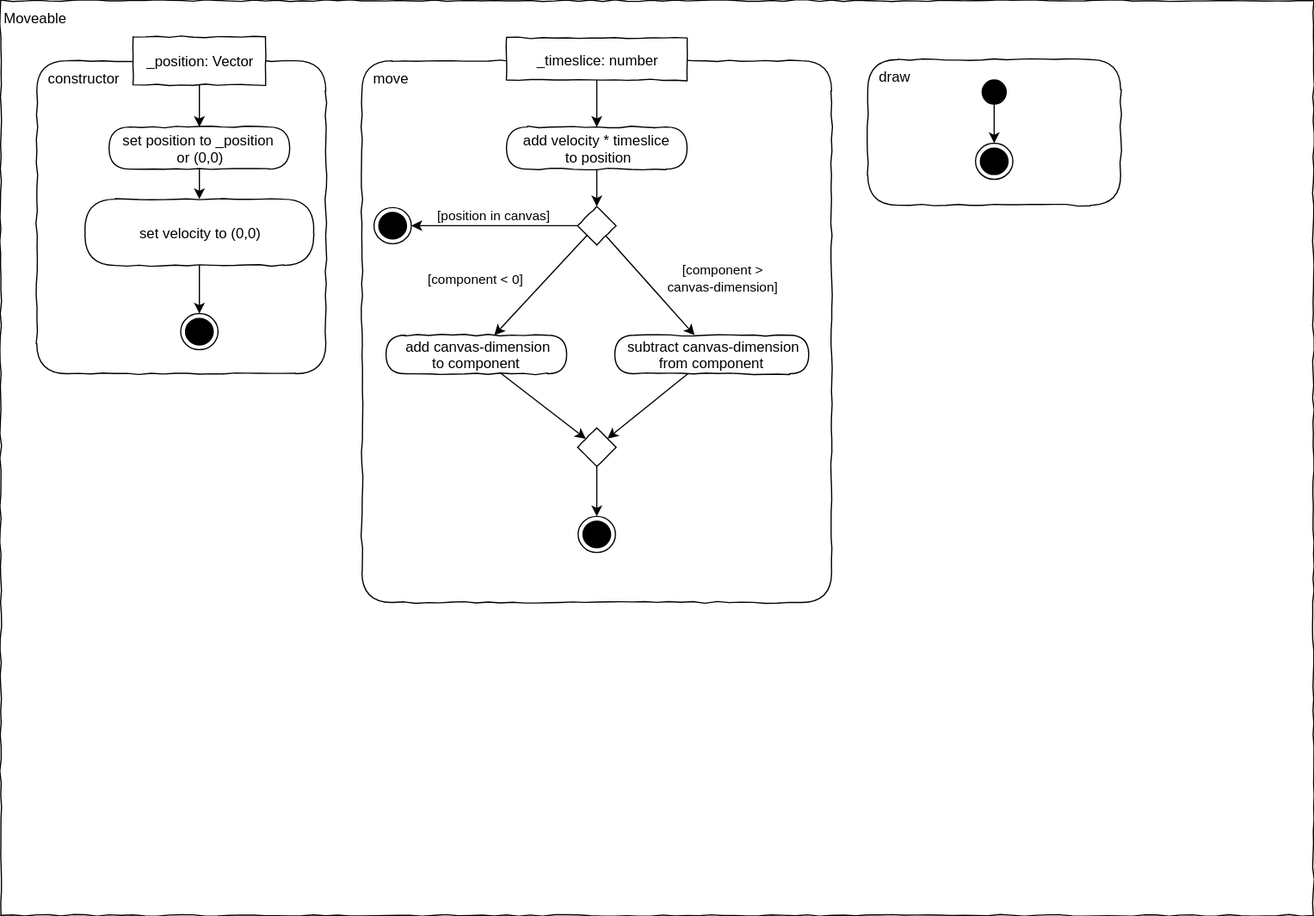
Before: X01_Appendix/Code/L12_Addition/eiaSteroids/Documentation/Diagrams/Asteroids_ActivityDiagram-Moveable.svg, a diagram exported from draw.io (JirkaDellOro/EIA2-Inverted). Source tidied: cells renumbered, new cells last; positions are measured from the earlier drawing's top-left corner, leaving out a move shared by most shapes. Source of this version:
```xml
<mxGraphModel>
  <root>
    <mxCell id="0" />
    <mxCell id="1" parent="0" />
    <mxCell id="2" value="&lt;div style=&quot;text-align: left&quot;&gt;&lt;span&gt;Moveable&lt;/span&gt;&lt;/div&gt;" style="rounded=0;whiteSpace=wrap;html=1;shadow=0;glass=0;comic=1;strokeColor=#000000;labelPosition=center;verticalLabelPosition=middle;align=left;verticalAlign=top;absoluteArcSize=1;arcSize=50;" parent="1" vertex="1">
      <mxGeometry width="1090" height="760" as="geometry" />
    </mxCell>
    <mxCell id="3" style="edgeStyle=none;rounded=0;orthogonalLoop=1;jettySize=auto;html=1;" parent="1" edge="1">
      <mxGeometry relative="1" as="geometry">
        <mxPoint x="950" y="450" as="sourcePoint" />
      </mxGeometry>
    </mxCell>
    <mxCell id="4" style="edgeStyle=none;rounded=0;orthogonalLoop=1;jettySize=auto;html=1;" parent="1" edge="1">
      <mxGeometry relative="1" as="geometry">
        <mxPoint x="950" y="530" as="sourcePoint" />
      </mxGeometry>
    </mxCell>
    <mxCell id="5" value="&lt;div style=&quot;text-align: left&quot;&gt;&amp;nbsp; constructor&lt;/div&gt;" style="rounded=1;whiteSpace=wrap;html=1;shadow=0;glass=0;comic=1;strokeColor=#000000;labelPosition=center;verticalLabelPosition=middle;align=left;verticalAlign=top;absoluteArcSize=1;arcSize=50;" parent="1" vertex="1">
      <mxGeometry x="30" y="50" width="240" height="260" as="geometry" />
    </mxCell>
    <mxCell id="6" style="edgeStyle=orthogonalEdgeStyle;rounded=0;jettySize=auto;html=1;" parent="1" edge="1" source="7" target="8">
      <mxGeometry relative="1" as="geometry" />
    </mxCell>
    <mxCell id="7" value="set position to _position&amp;nbsp;&lt;br&gt;or (0,0)" style="rounded=1;whiteSpace=wrap;html=1;absoluteArcSize=1;arcSize=50;strokeWidth=1;shadow=0;comic=1;" parent="1" vertex="1">
      <mxGeometry x="90" y="105" width="150" height="35" as="geometry" />
    </mxCell>
    <mxCell id="8" value="set velocity to (0,0)" style="rounded=1;whiteSpace=wrap;html=1;absoluteArcSize=1;arcSize=50;strokeWidth=1;shadow=0;comic=1;" parent="1" vertex="1">
      <mxGeometry x="70" y="165" width="190" height="55" as="geometry" />
    </mxCell>
    <mxCell id="9" style="edgeStyle=orthogonalEdgeStyle;rounded=0;jettySize=auto;html=1;" parent="1" edge="1" source="10" target="7">
      <mxGeometry relative="1" as="geometry" />
    </mxCell>
    <mxCell id="10" value="&lt;div style=&quot;text-align: left&quot;&gt;&lt;span&gt;_position: Vector&lt;/span&gt;&lt;br&gt;&lt;/div&gt;" style="rounded=0;whiteSpace=wrap;html=1;comic=1;" parent="1" vertex="1">
      <mxGeometry x="110" y="30" width="110" height="40" as="geometry" />
    </mxCell>
    <mxCell id="11" style="ellipse;html=1;shape=endState;fillColor=#000000;strokeColor=#000000;comic=1;" parent="1" vertex="1">
      <mxGeometry x="149.5" y="260" width="31" height="30" as="geometry" />
    </mxCell>
    <mxCell id="12" style="edgeStyle=orthogonalEdgeStyle;rounded=0;jettySize=auto;html=1;" parent="1" edge="1" source="8" target="11">
      <mxGeometry relative="1" as="geometry" />
    </mxCell>
    <mxCell id="13" value="&lt;div style=&quot;text-align: left&quot;&gt;&amp;nbsp; move&lt;/div&gt;" style="rounded=1;whiteSpace=wrap;html=1;shadow=0;glass=0;comic=1;strokeColor=#000000;labelPosition=center;verticalLabelPosition=middle;align=left;verticalAlign=top;absoluteArcSize=1;arcSize=50;" parent="1" vertex="1">
      <mxGeometry x="300" y="50" width="390" height="450" as="geometry" />
    </mxCell>
    <mxCell id="14" style="edgeStyle=orthogonalEdgeStyle;rounded=0;jettySize=auto;html=1;" parent="1" edge="1" source="15" target="16">
      <mxGeometry relative="1" as="geometry" />
    </mxCell>
    <mxCell id="15" value="_timeslice: number" style="rounded=0;whiteSpace=wrap;html=1;comic=1;shadow=0;fontFamily=Helvetica;fontSize=12;fontColor=#000000;align=center;strokeColor=#000000;strokeWidth=1;fillColor=#ffffff;" parent="1" vertex="1">
      <mxGeometry x="420" y="31" width="150" height="35" as="geometry" />
    </mxCell>
    <mxCell id="16" value="add velocity * timeslice&lt;br&gt;&amp;nbsp;to position" style="rounded=1;whiteSpace=wrap;html=1;absoluteArcSize=1;arcSize=50;strokeWidth=1;shadow=0;comic=1;" parent="1" vertex="1">
      <mxGeometry x="420" y="105" width="150" height="35" as="geometry" />
    </mxCell>
    <mxCell id="17" value="&lt;div style=&quot;text-align: left&quot;&gt;&amp;nbsp; draw&lt;/div&gt;" style="rounded=1;whiteSpace=wrap;html=1;shadow=0;glass=0;comic=1;strokeColor=#000000;labelPosition=center;verticalLabelPosition=middle;align=left;verticalAlign=top;absoluteArcSize=1;arcSize=50;" parent="1" vertex="1">
      <mxGeometry x="720" y="49" width="210" height="121" as="geometry" />
    </mxCell>
    <mxCell id="18" style="ellipse;html=1;shape=endState;fillColor=#000000;strokeColor=#000000;comic=1;" parent="1" vertex="1">
      <mxGeometry x="809.5" y="118.5" width="31" height="30" as="geometry" />
    </mxCell>
    <mxCell id="19" style="edgeStyle=orthogonalEdgeStyle;rounded=0;jettySize=auto;html=1;" parent="1" edge="1" source="20" target="18">
      <mxGeometry relative="1" as="geometry" />
    </mxCell>
    <mxCell id="20" style="ellipse;whiteSpace=wrap;html=1;rounded=0;shadow=0;comic=0;labelBackgroundColor=none;strokeColor=#000000;strokeWidth=1;fillColor=#000000;fontFamily=Verdana;fontSize=12;fontColor=#000000;align=center;comic=1;" parent="1" vertex="1">
      <mxGeometry x="815" y="66" width="20" height="20" as="geometry" />
    </mxCell>
    <mxCell id="21" style="rounded=0;jettySize=auto;html=1;" parent="1" edge="1" source="28" target="34">
      <mxGeometry relative="1" as="geometry" />
    </mxCell>
    <mxCell id="22" style="edgeStyle=none;rounded=0;jettySize=auto;html=1;" parent="1" edge="1" source="24" target="29">
      <mxGeometry relative="1" as="geometry" />
    </mxCell>
    <mxCell id="23" value="&lt;font style=&quot;font-size: 11px&quot;&gt;[component &amp;gt;&lt;br&gt;canvas-dimension]&lt;/font&gt;" style="text;html=1;align=center;verticalAlign=middle;labelBackgroundColor=#ffffff;rotation=0;" parent="22" vertex="1">
      <mxGeometry x="-0.29" y="-1" relative="1" as="geometry">
        <mxPoint x="72" y="4.5" as="offset" />
      </mxGeometry>
    </mxCell>
    <mxCell id="24" style="rhombus;whiteSpace=wrap;html=1;rounded=0;shadow=0;glass=0;comic=1;strokeColor=#000000;align=left;" parent="1" vertex="1">
      <mxGeometry x="479" y="171" width="32" height="32" as="geometry" />
    </mxCell>
    <mxCell id="25" style="edgeStyle=orthogonalEdgeStyle;rounded=0;jettySize=auto;html=1;" parent="1" edge="1" source="16" target="24">
      <mxGeometry relative="1" as="geometry" />
    </mxCell>
    <mxCell id="26" style="ellipse;html=1;shape=endState;fillColor=#000000;strokeColor=#000000;comic=1;" parent="1" vertex="1">
      <mxGeometry x="310" y="172" width="31" height="30" as="geometry" />
    </mxCell>
    <mxCell id="27" value="[position in canvas]" style="edgeStyle=orthogonalEdgeStyle;rounded=0;jettySize=auto;html=1;verticalAlign=bottom;" parent="1" edge="1" source="24" target="26">
      <mxGeometry relative="1" as="geometry" />
    </mxCell>
    <mxCell id="28" value="&amp;nbsp;add canvas-dimension &lt;br&gt;to component" style="rounded=1;whiteSpace=wrap;html=1;absoluteArcSize=1;arcSize=50;strokeWidth=1;shadow=0;comic=1;fontFamily=Helvetica;fontSize=12;fontColor=#000000;align=center;strokeColor=#000000;fillColor=#ffffff;" parent="1" vertex="1">
      <mxGeometry x="320" y="278" width="150" height="32" as="geometry" />
    </mxCell>
    <mxCell id="29" value="&amp;nbsp;subtract canvas-dimension &lt;br&gt;from component" style="rounded=1;whiteSpace=wrap;html=1;absoluteArcSize=1;arcSize=50;strokeWidth=1;shadow=0;comic=1;fontFamily=Helvetica;fontSize=12;fontColor=#000000;align=center;strokeColor=#000000;fillColor=#ffffff;" parent="1" vertex="1">
      <mxGeometry x="510" y="278" width="161" height="32" as="geometry" />
    </mxCell>
    <mxCell id="30" style="ellipse;html=1;shape=endState;fillColor=#000000;strokeColor=#000000;comic=1;" parent="1" vertex="1">
      <mxGeometry x="479.5" y="428.5" width="31" height="30" as="geometry" />
    </mxCell>
    <mxCell id="31" style="edgeStyle=orthogonalEdgeStyle;rounded=0;jettySize=auto;html=1;" parent="1" edge="1" source="34" target="30">
      <mxGeometry relative="1" as="geometry" />
    </mxCell>
    <mxCell id="32" style="rounded=0;jettySize=auto;html=1;" parent="1" edge="1" source="29" target="34">
      <mxGeometry relative="1" as="geometry" />
    </mxCell>
    <mxCell id="33" value="[component &amp;lt; 0]" style="edgeStyle=none;rounded=0;jettySize=auto;html=1;exitX=0;exitY=1;exitDx=0;exitDy=0;verticalAlign=bottom;" parent="1" edge="1" source="24" target="28">
      <mxGeometry x="0.69" y="-37" relative="1" as="geometry" />
    </mxCell>
    <mxCell id="34" style="rhombus;whiteSpace=wrap;html=1;rounded=0;shadow=0;glass=0;comic=1;strokeColor=#000000;align=left;" parent="1" vertex="1">
      <mxGeometry x="479" y="355" width="32" height="32" as="geometry" />
    </mxCell>
  </root>
</mxGraphModel>
```
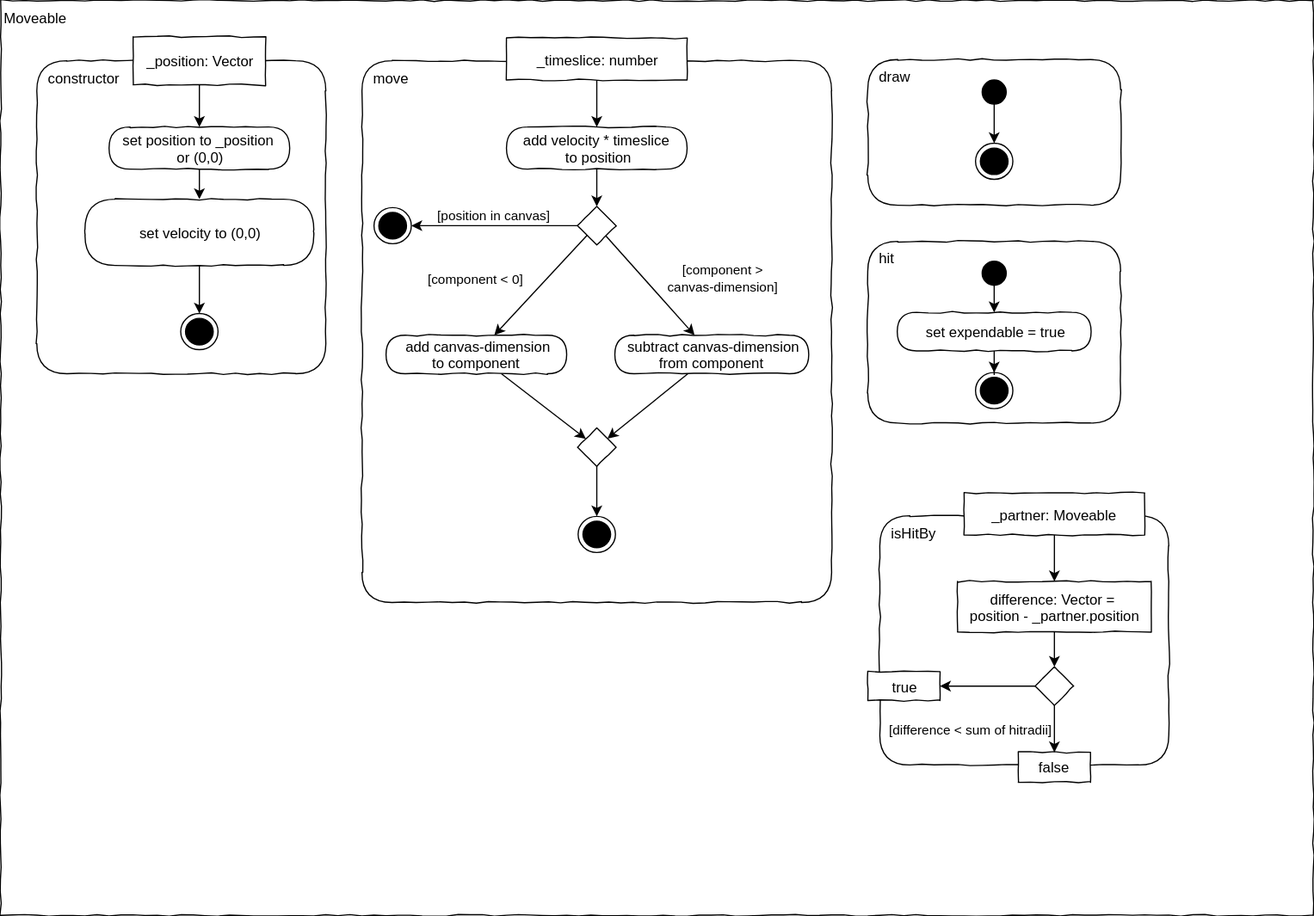
The same diagram one commit later.

Diff of the diagram source:
```diff
@@ -107,5 +107,53 @@
     <mxCell id="34" style="rhombus;whiteSpace=wrap;html=1;rounded=0;shadow=0;glass=0;comic=1;strokeColor=#000000;align=left;" parent="1" vertex="1">
       <mxGeometry x="479" y="355" width="32" height="32" as="geometry" />
     </mxCell>
+    <mxCell id="35" value="&lt;div style=&quot;text-align: left&quot;&gt;&amp;nbsp; hit&lt;/div&gt;" style="rounded=1;whiteSpace=wrap;html=1;shadow=0;glass=0;comic=1;strokeColor=#000000;labelPosition=center;verticalLabelPosition=middle;align=left;verticalAlign=top;absoluteArcSize=1;arcSize=50;" parent="1" vertex="1">
+      <mxGeometry x="720" y="200" width="210" height="151" as="geometry" />
+    </mxCell>
+    <mxCell id="36" style="ellipse;html=1;shape=endState;fillColor=#000000;strokeColor=#000000;comic=1;" parent="1" vertex="1">
+      <mxGeometry x="809.5" y="309" width="31" height="30" as="geometry" />
+    </mxCell>
+    <mxCell id="37" style="edgeStyle=orthogonalEdgeStyle;rounded=0;jettySize=auto;html=1;" parent="1" edge="1" source="39" target="36">
+      <mxGeometry relative="1" as="geometry" />
+    </mxCell>
+    <mxCell id="38" style="ellipse;whiteSpace=wrap;html=1;rounded=0;shadow=0;comic=0;labelBackgroundColor=none;strokeColor=#000000;strokeWidth=1;fillColor=#000000;fontFamily=Verdana;fontSize=12;fontColor=#000000;align=center;comic=1;" parent="1" vertex="1">
+      <mxGeometry x="815" y="216.5" width="20" height="20" as="geometry" />
+    </mxCell>
+    <mxCell id="39" value="set expendable = true" style="rounded=1;whiteSpace=wrap;html=1;absoluteArcSize=1;arcSize=50;strokeWidth=1;shadow=0;comic=1;fontFamily=Helvetica;fontSize=12;fontColor=#000000;align=center;strokeColor=#000000;fillColor=#ffffff;" parent="1" vertex="1">
+      <mxGeometry x="744.5" y="259" width="161" height="32" as="geometry" />
+    </mxCell>
+    <mxCell id="40" style="edgeStyle=orthogonalEdgeStyle;rounded=0;jettySize=auto;html=1;" parent="1" edge="1" source="38" target="39">
+      <mxGeometry relative="1" as="geometry" />
+    </mxCell>
+    <mxCell id="41" value="&lt;div style=&quot;text-align: left&quot;&gt;&amp;nbsp; isHitBy&lt;/div&gt;" style="rounded=1;whiteSpace=wrap;html=1;shadow=0;glass=0;comic=1;strokeColor=#000000;labelPosition=center;verticalLabelPosition=middle;align=left;verticalAlign=top;absoluteArcSize=1;arcSize=50;" parent="1" vertex="1">
+      <mxGeometry x="730" y="428" width="240" height="207" as="geometry" />
+    </mxCell>
+    <mxCell id="42" value="difference: Vector =&amp;nbsp;&lt;br&gt;position - _partner.position" style="rounded=0;whiteSpace=wrap;html=1;comic=1;shadow=0;fontFamily=Helvetica;fontSize=12;fontColor=#000000;align=center;strokeColor=#000000;strokeWidth=1;fillColor=#ffffff;" parent="1" vertex="1">
+      <mxGeometry x="794.5" y="482.5" width="161" height="42" as="geometry" />
+    </mxCell>
+    <mxCell id="43" style="edgeStyle=orthogonalEdgeStyle;rounded=0;jettySize=auto;html=1;" parent="1" edge="1" source="44" target="42">
+      <mxGeometry relative="1" as="geometry" />
+    </mxCell>
+    <mxCell id="44" value="_partner: Moveable" style="rounded=0;whiteSpace=wrap;html=1;comic=1;shadow=0;fontFamily=Helvetica;fontSize=12;fontColor=#000000;align=center;strokeColor=#000000;strokeWidth=1;fillColor=#ffffff;" parent="1" vertex="1">
+      <mxGeometry x="800" y="409" width="150" height="35" as="geometry" />
+    </mxCell>
+    <mxCell id="45" style="edgeStyle=orthogonalEdgeStyle;rounded=0;jettySize=auto;html=1;" parent="1" edge="1" source="46" target="48">
+      <mxGeometry relative="1" as="geometry" />
+    </mxCell>
+    <mxCell id="46" style="rhombus;whiteSpace=wrap;html=1;rounded=0;shadow=0;glass=0;comic=1;strokeColor=#000000;align=left;" parent="1" vertex="1">
+      <mxGeometry x="859" y="553.5" width="32" height="32" as="geometry" />
+    </mxCell>
+    <mxCell id="47" style="edgeStyle=orthogonalEdgeStyle;rounded=0;jettySize=auto;html=1;" parent="1" edge="1" source="42" target="46">
+      <mxGeometry relative="1" as="geometry" />
+    </mxCell>
+    <mxCell id="48" value="&lt;div style=&quot;text-align: left&quot;&gt;true&lt;/div&gt;" style="rounded=0;whiteSpace=wrap;html=1;comic=1;" parent="1" vertex="1">
+      <mxGeometry x="720" y="557.5" width="60" height="24" as="geometry" />
+    </mxCell>
+    <mxCell id="49" value="&lt;div style=&quot;text-align: left&quot;&gt;false&lt;/div&gt;" style="rounded=0;whiteSpace=wrap;html=1;comic=1;" parent="1" vertex="1">
+      <mxGeometry x="845" y="624.5" width="60" height="25" as="geometry" />
+    </mxCell>
+    <mxCell id="50" value="[difference &amp;lt; sum of&amp;nbsp;hitradii]" style="edgeStyle=orthogonalEdgeStyle;rounded=0;jettySize=auto;html=1;labelPosition=left;verticalLabelPosition=middle;align=right;verticalAlign=middle;" parent="1" edge="1" source="46" target="49">
+      <mxGeometry relative="1" as="geometry" />
+    </mxCell>
   </root>
 </mxGraphModel>
```
